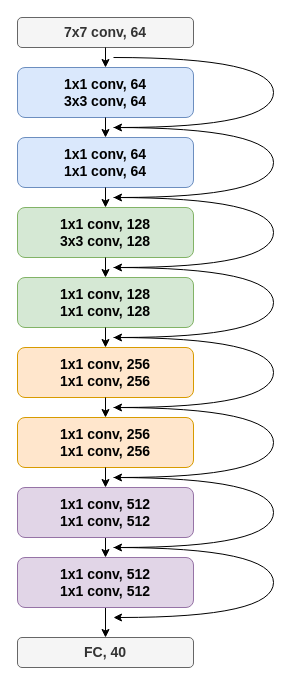
The draw.io diagram documents/drawio/BagNet9_18.drawio in LeanderHeuvel/mbag-REDI, before the edit. Source tidied: cells renumbered, new cells numbered last; positions are measured from the earlier drawing's top-left corner, leaving out a move shared by most shapes. Both pictures are drawn from the tidied source at 100%, with x=0, y=0 at pixel (17, 17).
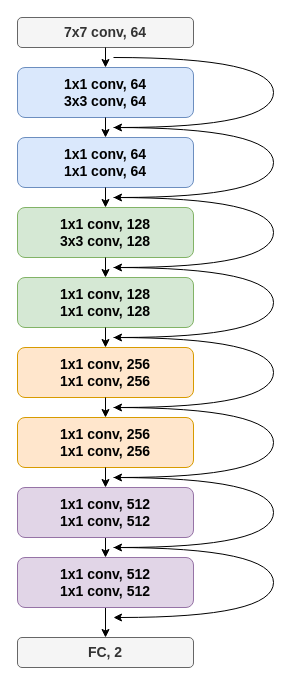
The same page after the edit.

Commit message (it also covers changes not shown here):
Adapted figure

Change to the diagram source:
```diff
@@
-    <mxCell id="7" value="&lt;b&gt;&lt;font style=&quot;font-size: 14px;&quot;&gt;FC, 40&lt;/font&gt;&lt;/b&gt;" style="whiteSpace=wrap;html=1;fillColor=#f5f5f5;strokeColor=#666666;imageAspect=1;rounded=1;fontColor=#333333;" parent="1" vertex="1">
+    <mxCell id="7" value="&lt;b&gt;&lt;font style=&quot;font-size: 14px&quot;&gt;FC, 2&lt;/font&gt;&lt;/b&gt;" style="whiteSpace=wrap;html=1;fillColor=#f5f5f5;strokeColor=#666666;imageAspect=1;rounded=1;fontColor=#333333;" parent="1" vertex="1">
       <mxGeometry y="620" width="176" height="30" as="geometry" />
     </mxCell>
```
